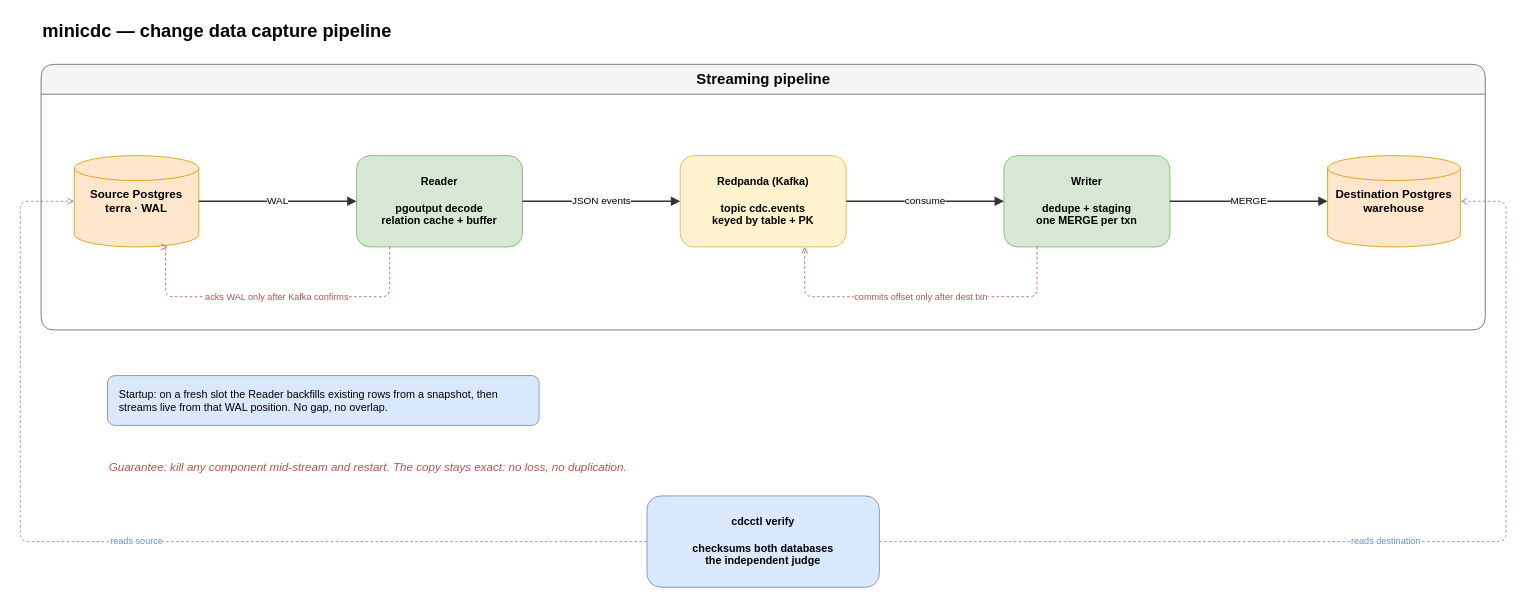
Above: docs/assets/architecture.drawio in BABTUNA/minicdc (draw.io), before the change. Source tidied: cells renumbered, new cells numbered last; positions are measured from the earlier drawing's top-left corner, leaving out a move shared by most shapes. Both pictures are drawn from the tidied source at 83%, with x=0, y=0 at pixel (20, 14).
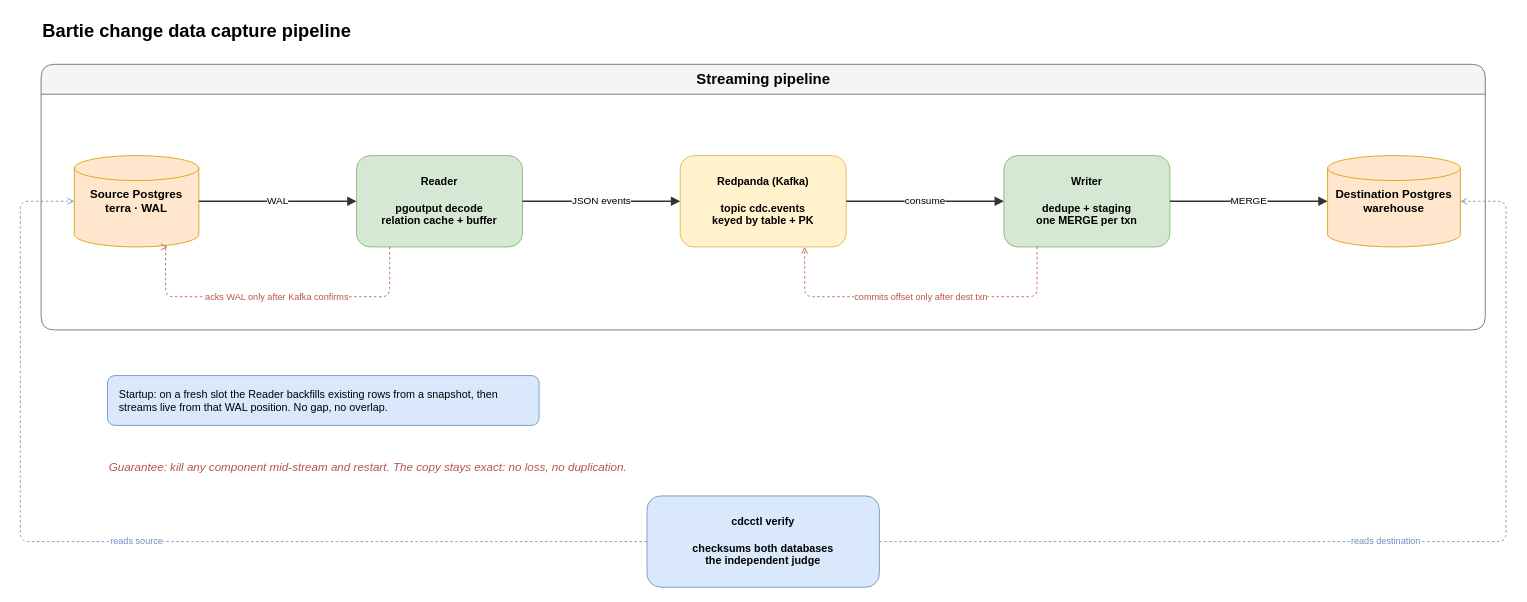
The same diagram, later.

What changed in the source:
```diff
@@
-    <mxCell id="2" value="minicdc — change data capture pipeline" style="text;html=1;strokeColor=none;fillColor=none;align=left;verticalAlign=middle;fontSize=22;fontStyle=1;" parent="1" vertex="1">
+    <mxCell id="2" value="Bartie change data capture pipeline" style="text;html=1;strokeColor=none;fillColor=none;align=left;verticalAlign=middle;fontSize=22;fontStyle=1;" parent="1" vertex="1">
       <mxGeometry x="25" width="700" height="40" as="geometry" />
     </mxCell>
```
